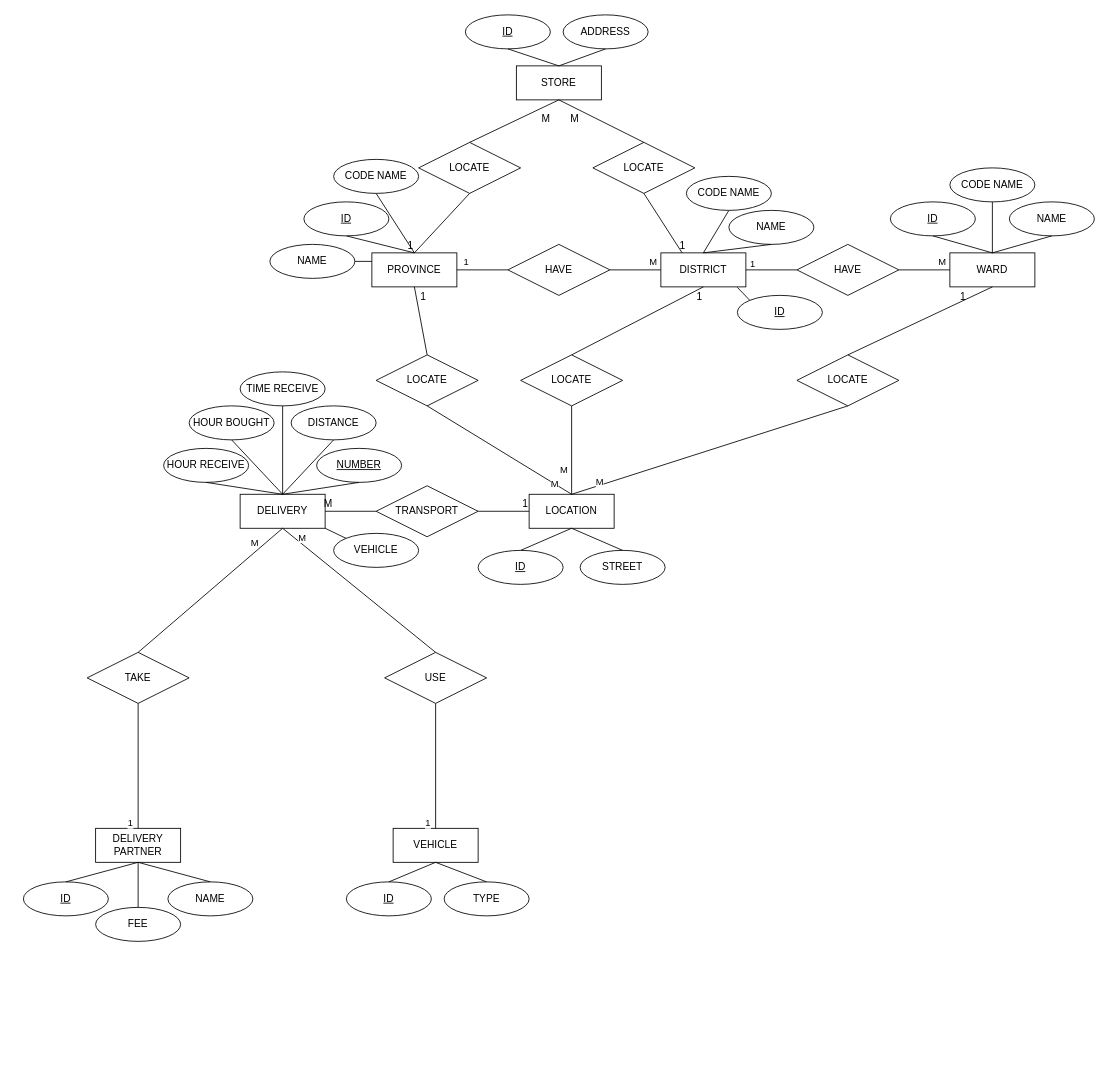
The draw.io diagram ER_diagram.drawio in Phong004/DBI202, before the edit. Source tidied: cells renumbered, new cells numbered last; positions are measured from the earlier drawing's top-left corner, leaving out a move shared by most shapes. Both pictures are drawn from the tidied source at 85%, with x=0, y=0 at pixel (23, 14).
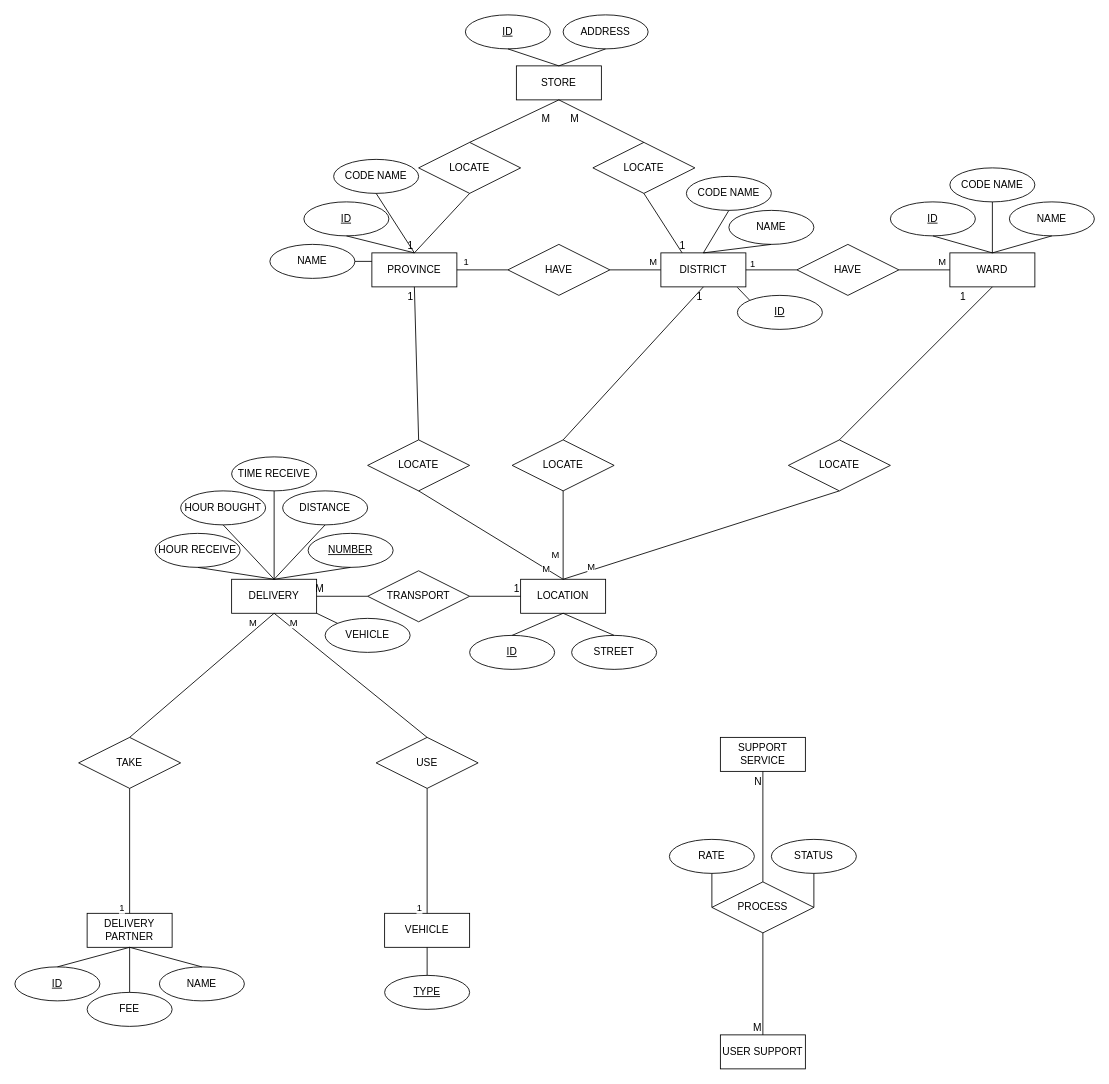
Above is the later version.

The change refers to these unchanged cells:
```xml
<mxCell id="37" style="endArrow=none;html=1;rounded=0;exitX=0.5;exitY=1;exitDx=0;exitDy=0;entryX=0.5;entryY=0;entryDx=0;entryDy=0;" parent="1" edge="1" source="2" target="34">
  <mxGeometry relative="1" as="geometry" />
</mxCell>
<mxCell id="74" style="endArrow=none;html=1;rounded=0;exitX=0.5;exitY=0;exitDx=0;exitDy=0;entryX=0.5;entryY=1;entryDx=0;entryDy=0;" parent="1" edge="1" source="69" target="53">
  <mxGeometry relative="1" as="geometry" />
</mxCell>
```

The edit, as a diff of the source:
```diff
@@
     <mxCell id="33" value="LOCATION" style="whiteSpace=wrap;html=1;align=center;" parent="1" vertex="1">
-      <mxGeometry x="595" y="564" width="100" height="40" as="geometry" />
+      <mxGeometry x="585" y="664" width="100" height="40" as="geometry" />
     </mxCell>
     <mxCell id="34" value="LOCATE" style="shape=rhombus;perimeter=rhombusPerimeter;whiteSpace=wrap;html=1;align=center;" parent="1" vertex="1">
-      <mxGeometry x="415" y="400" width="120" height="60" as="geometry" />
+      <mxGeometry x="405" y="500" width="120" height="60" as="geometry" />
     </mxCell>
@@
     <mxCell id="38" value="1" style="html=1;whiteSpace=wrap;align=right;verticalAlign=bottom;" parent="37" vertex="1">
       <mxGeometry x="1" relative="1" as="geometry">
-        <mxPoint y="-60" as="offset" />
+        <mxPoint x="-5" y="-160" as="offset" />
       </mxGeometry>
     </mxCell>
     <mxCell id="39" value="LOCATE" style="shape=rhombus;perimeter=rhombusPerimeter;whiteSpace=wrap;html=1;align=center;" parent="1" vertex="1">
-      <mxGeometry x="585" y="400" width="120" height="60" as="geometry" />
+      <mxGeometry x="575" y="500" width="120" height="60" as="geometry" />
     </mxCell>
@@
     <mxCell id="48" value="LOCATE" style="shape=rhombus;perimeter=rhombusPerimeter;whiteSpace=wrap;html=1;align=center;" parent="1" vertex="1">
-      <mxGeometry x="910" y="400" width="120" height="60" as="geometry" />
+      <mxGeometry x="900" y="500" width="120" height="60" as="geometry" />
     </mxCell>
     <mxCell id="49" value="&lt;u&gt;ID&lt;/u&gt;" style="ellipse;whiteSpace=wrap;html=1;align=center;" parent="1" vertex="1">
-      <mxGeometry x="535" y="630" width="100" height="40" as="geometry" />
+      <mxGeometry x="525" y="730" width="100" height="40" as="geometry" />
     </mxCell>
     <mxCell id="50" value="STREET" style="ellipse;whiteSpace=wrap;html=1;align=center;" parent="1" vertex="1">
-      <mxGeometry x="655" y="630" width="100" height="40" as="geometry" />
+      <mxGeometry x="645" y="730" width="100" height="40" as="geometry" />
     </mxCell>
@@
     <mxCell id="53" value="DELIVERY" style="whiteSpace=wrap;html=1;align=center;" parent="1" vertex="1">
-      <mxGeometry x="255" y="564" width="100" height="40" as="geometry" />
+      <mxGeometry x="245" y="664" width="100" height="40" as="geometry" />
     </mxCell>
     <mxCell id="54" value="TRANSPORT" style="shape=rhombus;perimeter=rhombusPerimeter;whiteSpace=wrap;html=1;align=center;" parent="1" vertex="1">
-      <mxGeometry x="415" y="554" width="120" height="60" as="geometry" />
+      <mxGeometry x="405" y="654" width="120" height="60" as="geometry" />
     </mxCell>
@@
     <mxCell id="59" value="&lt;u&gt;NUMBER&lt;/u&gt;" style="ellipse;whiteSpace=wrap;html=1;align=center;" parent="1" vertex="1">
-      <mxGeometry x="345" y="510" width="100" height="40" as="geometry" />
+      <mxGeometry x="335" y="610" width="100" height="40" as="geometry" />
     </mxCell>
     <mxCell id="60" value="DISTANCE" style="ellipse;whiteSpace=wrap;html=1;align=center;" parent="1" vertex="1">
-      <mxGeometry x="315" y="460" width="100" height="40" as="geometry" />
+      <mxGeometry x="305" y="560" width="100" height="40" as="geometry" />
     </mxCell>
@@
     <mxCell id="63" value="HOUR BOUGHT" style="ellipse;whiteSpace=wrap;html=1;align=center;" parent="1" vertex="1">
-      <mxGeometry x="195" y="460" width="100" height="40" as="geometry" />
+      <mxGeometry x="185" y="560" width="100" height="40" as="geometry" />
     </mxCell>
     <mxCell id="64" value="HOUR RECEIVE" style="ellipse;whiteSpace=wrap;html=1;align=center;" parent="1" vertex="1">
-      <mxGeometry x="165" y="510" width="100" height="40" as="geometry" />
+      <mxGeometry x="155" y="610" width="100" height="40" as="geometry" />
     </mxCell>
@@
     <mxCell id="67" value="TIME RECEIVE" style="ellipse;whiteSpace=wrap;html=1;align=center;" parent="1" vertex="1">
-      <mxGeometry x="255" y="420" width="100" height="40" as="geometry" />
+      <mxGeometry x="245" y="520" width="100" height="40" as="geometry" />
     </mxCell>
@@
     <mxCell id="69" value="TAKE" style="shape=rhombus;perimeter=rhombusPerimeter;whiteSpace=wrap;html=1;align=center;" parent="1" vertex="1">
-      <mxGeometry x="75" y="750" width="120" height="60" as="geometry" />
+      <mxGeometry x="65" y="850" width="120" height="60" as="geometry" />
     </mxCell>
     <mxCell id="70" value="DELIVERY PARTNER" style="whiteSpace=wrap;html=1;align=center;" parent="1" vertex="1">
-      <mxGeometry x="85" y="957" width="100" height="40" as="geometry" />
+      <mxGeometry x="75" y="1057" width="100" height="40" as="geometry" />
     </mxCell>
     <mxCell id="71" value="VEHICLE" style="whiteSpace=wrap;html=1;align=center;" parent="1" vertex="1">
-      <mxGeometry x="435" y="957" width="100" height="40" as="geometry" />
+      <mxGeometry x="425" y="1057" width="100" height="40" as="geometry" />
     </mxCell>
@@
     <mxCell id="75" value="M" style="edgeLabel;html=1;align=center;verticalAlign=middle;" parent="74" vertex="1">
       <mxGeometry x="0.49" relative="1" as="geometry">
-        <mxPoint x="10" y="-21" as="offset" />
+        <mxPoint x="18" y="-27" as="offset" />
       </mxGeometry>
     </mxCell>
@@
     <mxCell id="91" value="VEHICLE" style="ellipse;whiteSpace=wrap;html=1;align=center;" parent="1" vertex="1">
-      <mxGeometry x="365" y="610" width="100" height="40" as="geometry" />
+      <mxGeometry x="355" y="710" width="100" height="40" as="geometry" />
     </mxCell>
@@
     <mxCell id="94" value="USE" style="shape=rhombus;perimeter=rhombusPerimeter;whiteSpace=wrap;html=1;align=center;" parent="1" vertex="1">
-      <mxGeometry x="425" y="750" width="120" height="60" as="geometry" />
+      <mxGeometry x="415" y="850" width="120" height="60" as="geometry" />
     </mxCell>
@@
-    <mxCell id="99" value="TYPE" style="ellipse;whiteSpace=wrap;html=1;align=center;" parent="1" vertex="1">
-      <mxGeometry x="495" y="1020" width="100" height="40" as="geometry" />
+    <mxCell id="99" value="&lt;u&gt;TYPE&lt;/u&gt;" style="ellipse;whiteSpace=wrap;html=1;align=center;" parent="1" vertex="1">
+      <mxGeometry x="425" y="1130" width="100" height="40" as="geometry" />
     </mxCell>
-    <mxCell id="100" value="&lt;u&gt;ID&lt;/u&gt;" style="ellipse;whiteSpace=wrap;html=1;align=center;" parent="1" vertex="1">
-      <mxGeometry x="380" y="1020" width="100" height="40" as="geometry" />
-    </mxCell>
     <mxCell id="101" value="NAME" style="ellipse;whiteSpace=wrap;html=1;align=center;" parent="1" vertex="1">
-      <mxGeometry x="170" y="1020" width="100" height="40" as="geometry" />
+      <mxGeometry x="160" y="1120" width="100" height="40" as="geometry" />
     </mxCell>
     <mxCell id="102" value="&lt;u&gt;ID&lt;/u&gt;" style="ellipse;whiteSpace=wrap;html=1;align=center;" parent="1" vertex="1">
-      <mxGeometry y="1020" width="100" height="40" as="geometry" />
+      <mxGeometry x="-10" y="1120" width="100" height="40" as="geometry" />
     </mxCell>
     <mxCell id="103" value="FEE" style="ellipse;whiteSpace=wrap;html=1;align=center;" parent="1" vertex="1">
-      <mxGeometry x="85" y="1050" width="100" height="40" as="geometry" />
+      <mxGeometry x="75" y="1150" width="100" height="40" as="geometry" />
     </mxCell>
@@
-    <mxCell id="108" style="endArrow=none;html=1;rounded=0;entryX=0.5;entryY=0;entryDx=0;entryDy=0;exitX=0.5;exitY=1;exitDx=0;exitDy=0;" parent="1" edge="1" source="71" target="100">
-      <mxGeometry relative="1" as="geometry" />
-    </mxCell>
+    <mxCell id="109" value="SUPPORT SERVICE" style="whiteSpace=wrap;html=1;align=center;" parent="1" vertex="1">
+      <mxGeometry x="820" y="850" width="100" height="40" as="geometry" />
+    </mxCell>
+    <mxCell id="110" value="PROCESS" style="shape=rhombus;perimeter=rhombusPerimeter;whiteSpace=wrap;html=1;align=center;" parent="1" vertex="1">
+      <mxGeometry x="810" y="1020" width="120" height="60" as="geometry" />
+    </mxCell>
+    <mxCell id="111" value="USER SUPPORT" style="whiteSpace=wrap;html=1;align=center;" parent="1" vertex="1">
+      <mxGeometry x="820" y="1200" width="100" height="40" as="geometry" />
+    </mxCell>
+    <mxCell id="112" value="STATUS" style="ellipse;whiteSpace=wrap;html=1;align=center;" parent="1" vertex="1">
+      <mxGeometry x="880" y="970" width="100" height="40" as="geometry" />
+    </mxCell>
+    <mxCell id="113" style="endArrow=none;html=1;rounded=0;entryX=0.5;entryY=1;entryDx=0;entryDy=0;exitX=1;exitY=0.5;exitDx=0;exitDy=0;" parent="1" edge="1" source="110" target="112">
+      <mxGeometry relative="1" as="geometry" />
+    </mxCell>
+    <mxCell id="114" value="RATE" style="ellipse;whiteSpace=wrap;html=1;align=center;" parent="1" vertex="1">
+      <mxGeometry x="760" y="970" width="100" height="40" as="geometry" />
+    </mxCell>
+    <mxCell id="115" style="endArrow=none;html=1;rounded=0;entryX=0;entryY=0.5;entryDx=0;entryDy=0;exitX=0.5;exitY=1;exitDx=0;exitDy=0;" parent="1" edge="1" source="114" target="110">
+      <mxGeometry relative="1" as="geometry" />
+    </mxCell>
+    <mxCell id="116" style="endArrow=none;html=1;rounded=0;entryX=0.5;entryY=1;entryDx=0;entryDy=0;exitX=0.5;exitY=0;exitDx=0;exitDy=0;" parent="1" edge="1" source="110" target="109">
+      <mxGeometry relative="1" as="geometry" />
+    </mxCell>
+    <mxCell id="117" value="N" style="html=1;whiteSpace=wrap;align=right;verticalAlign=bottom;" parent="116" vertex="1">
+      <mxGeometry x="1" relative="1" as="geometry">
+        <mxPoint y="20" as="offset" />
+      </mxGeometry>
+    </mxCell>
+    <mxCell id="118" style="endArrow=none;html=1;rounded=0;entryX=0.5;entryY=0;entryDx=0;entryDy=0;exitX=0.5;exitY=1;exitDx=0;exitDy=0;" parent="1" edge="1" source="110" target="111">
+      <mxGeometry relative="1" as="geometry" />
+    </mxCell>
+    <mxCell id="119" value="M" style="html=1;whiteSpace=wrap;align=right;verticalAlign=bottom;" parent="118" vertex="1">
+      <mxGeometry x="1" relative="1" as="geometry" />
+    </mxCell>
```
